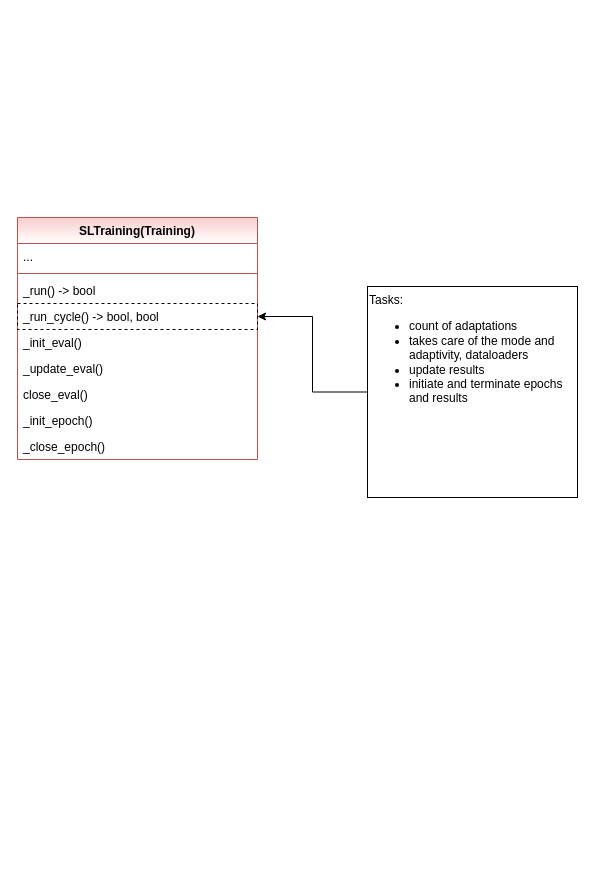
This is page "Training" (3 of 4) of doc/rtd/content/04_appendices/appendix2/sub/core/mlpro_sl/images/Supervised learning.drawio from fhswf/MLPro, a draw.io file, before an edit. Source tidied: cells renumbered, new cells numbered last; positions are measured from the earlier drawing's top-left corner, leaving out a move shared by most shapes. Both pictures are drawn from the tidied source at 100%, with x=0, y=0 at pixel (17, 217).
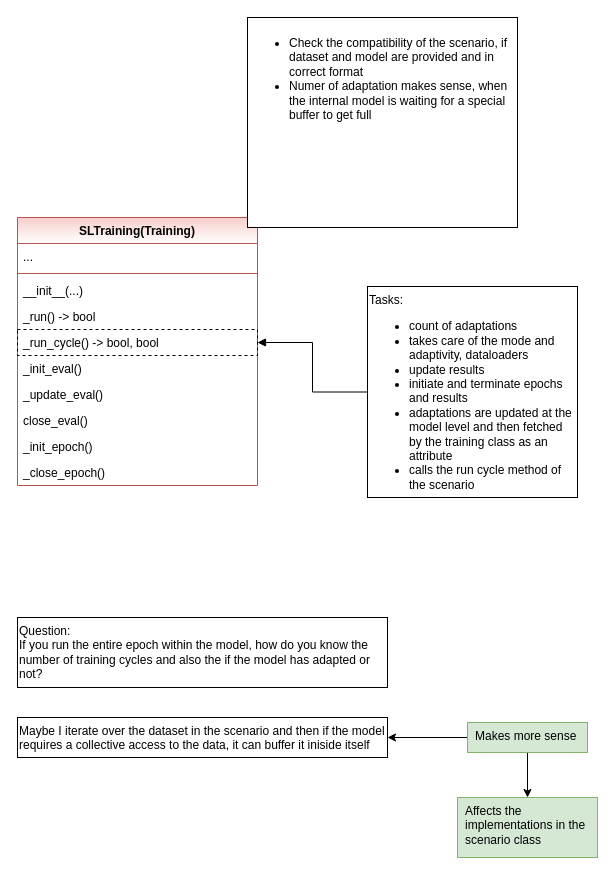
After the change.

The edit, as a diff of the source:
```diff
@@
     <mxCell id="2" value="SLTraining(Training)" style="swimlane;fontStyle=1;align=center;verticalAlign=top;horizontal=1;startSize=26;fillColor=#f8cecc;strokeColor=#b85450;gradientColor=#FFFFFF;" parent="1" vertex="1">
-      <mxGeometry width="240" height="242" as="geometry" />
+      <mxGeometry width="240" height="268" as="geometry" />
     </mxCell>
@@
+    <mxCell id="14" value="__init__(...)" style="text;strokeColor=none;fillColor=none;align=left;verticalAlign=top;spacingLeft=4;spacingRight=4;overflow=hidden;" parent="2" vertex="1">
+      <mxGeometry y="60" width="240" height="26" as="geometry" />
+    </mxCell>
     <mxCell id="5" value="_run() -&gt; bool" style="text;strokeColor=none;fillColor=none;align=left;verticalAlign=top;spacingLeft=4;spacingRight=4;overflow=hidden;" parent="2" vertex="1">
-      <mxGeometry y="60" width="240" height="26" as="geometry" />
+      <mxGeometry y="86" width="240" height="26" as="geometry" />
     </mxCell>
     <mxCell id="6" value="_run_cycle() -&gt; bool, bool " style="text;strokeColor=default;fillColor=none;align=left;verticalAlign=top;spacingLeft=4;spacingRight=4;overflow=hidden;points=[[0,0.5],[1,0.5]];portConstraint=eastwest;dashed=1;" parent="2" vertex="1">
-      <mxGeometry y="86" width="240" height="26" as="geometry" />
+      <mxGeometry y="112" width="240" height="26" as="geometry" />
     </mxCell>
     <mxCell id="7" value="_init_eval()" style="text;strokeColor=none;fillColor=none;align=left;verticalAlign=top;spacingLeft=4;spacingRight=4;overflow=hidden;" parent="2" vertex="1">
-      <mxGeometry y="112" width="240" height="26" as="geometry" />
+      <mxGeometry y="138" width="240" height="26" as="geometry" />
     </mxCell>
     <mxCell id="8" value="_update_eval()" style="text;strokeColor=none;fillColor=none;align=left;verticalAlign=top;spacingLeft=4;spacingRight=4;overflow=hidden;" parent="2" vertex="1">
-      <mxGeometry y="138" width="240" height="26" as="geometry" />
+      <mxGeometry y="164" width="240" height="26" as="geometry" />
     </mxCell>
     <mxCell id="9" value="close_eval()" style="text;strokeColor=none;fillColor=none;align=left;verticalAlign=top;spacingLeft=4;spacingRight=4;overflow=hidden;" parent="2" vertex="1">
-      <mxGeometry y="164" width="240" height="26" as="geometry" />
+      <mxGeometry y="190" width="240" height="26" as="geometry" />
     </mxCell>
     <mxCell id="10" value="_init_epoch()" style="text;strokeColor=none;fillColor=none;align=left;verticalAlign=top;spacingLeft=4;spacingRight=4;overflow=hidden;" parent="2" vertex="1">
-      <mxGeometry y="190" width="240" height="26" as="geometry" />
+      <mxGeometry y="216" width="240" height="26" as="geometry" />
     </mxCell>
     <mxCell id="11" value="_close_epoch()" style="text;strokeColor=none;fillColor=none;align=left;verticalAlign=top;spacingLeft=4;spacingRight=4;overflow=hidden;" parent="2" vertex="1">
-      <mxGeometry y="216" width="240" height="26" as="geometry" />
+      <mxGeometry y="242" width="240" height="26" as="geometry" />
     </mxCell>
-    <mxCell id="12" style="edgeStyle=orthogonalEdgeStyle;rounded=0;jettySize=auto;html=1;" parent="1" edge="1" source="13" target="6">
+    <mxCell id="12" style="edgeStyle=orthogonalEdgeStyle;rounded=0;jettySize=auto;html=1;endArrow=block;endFill=1;" parent="1" edge="1" source="13" target="6">
       <mxGeometry relative="1" as="geometry" />
     </mxCell>
-    <mxCell id="13" value="Tasks:&lt;br&gt;&lt;ul&gt;&lt;li&gt;count of adaptations&lt;/li&gt;&lt;li&gt;takes care of the mode and adaptivity, dataloaders&lt;/li&gt;&lt;li&gt;update results&lt;/li&gt;&lt;li&gt;initiate and terminate epochs and results&lt;/li&gt;&lt;/ul&gt;" style="rounded=0;whiteSpace=wrap;html=1;strokeColor=default;gradientColor=#FFFFFF;verticalAlign=top;align=left;" parent="1" vertex="1">
+    <mxCell id="13" value="Tasks:&lt;br&gt;&lt;ul&gt;&lt;li&gt;count of adaptations&lt;/li&gt;&lt;li&gt;takes care of the mode and adaptivity, dataloaders&lt;/li&gt;&lt;li&gt;update results&lt;/li&gt;&lt;li&gt;initiate and terminate epochs and results&lt;/li&gt;&lt;li&gt;adaptations are updated at the model level and then fetched by the training class as an attribute&lt;/li&gt;&lt;li&gt;calls the run cycle method of the scenario&lt;/li&gt;&lt;/ul&gt;" style="rounded=0;whiteSpace=wrap;html=1;strokeColor=default;gradientColor=#FFFFFF;verticalAlign=top;align=left;" parent="1" vertex="1">
       <mxGeometry x="350" y="69" width="210" height="211" as="geometry" />
     </mxCell>
+    <mxCell id="15" value="&lt;div style=&quot;&quot;&gt;&lt;span style=&quot;background-color: initial;&quot;&gt;Question:&lt;/span&gt;&lt;/div&gt;&lt;div style=&quot;&quot;&gt;&lt;span style=&quot;background-color: initial;&quot;&gt;If you run the entire epoch within the model, how do you know the number of training cycles and also the if the model has adapted or not?&lt;/span&gt;&lt;/div&gt;&lt;div style=&quot;&quot;&gt;&lt;span style=&quot;background-color: initial;&quot;&gt;&lt;br&gt;&lt;/span&gt;&lt;/div&gt;" style="rounded=0;whiteSpace=wrap;html=1;strokeColor=default;gradientColor=#FFFFFF;verticalAlign=top;align=left;" parent="1" vertex="1">
+      <mxGeometry y="400" width="370" height="70" as="geometry" />
+    </mxCell>
+    <mxCell id="16" value="&lt;div style=&quot;&quot;&gt;Maybe I iterate over the dataset in the scenario and then if the model requires a collective access to the data, it can buffer it iniside itself&lt;/div&gt;" style="rounded=0;whiteSpace=wrap;html=1;strokeColor=default;gradientColor=#FFFFFF;verticalAlign=top;align=left;" parent="1" vertex="1">
+      <mxGeometry y="500" width="370" height="40" as="geometry" />
+    </mxCell>
+    <mxCell id="17" style="edgeStyle=orthogonalEdgeStyle;rounded=0;jettySize=auto;html=1;" parent="1" edge="1" source="19" target="16">
+      <mxGeometry relative="1" as="geometry" />
+    </mxCell>
+    <mxCell id="18" style="edgeStyle=orthogonalEdgeStyle;rounded=0;jettySize=auto;html=1;" parent="1" edge="1" source="19" target="20">
+      <mxGeometry relative="1" as="geometry" />
+    </mxCell>
+    <mxCell id="19" value="&lt;div style=&quot;&quot;&gt;Makes more sense&lt;/div&gt;" style="rounded=0;whiteSpace=wrap;html=1;strokeColor=#82b366;verticalAlign=top;align=left;spacingLeft=6;fillColor=#d5e8d4;" parent="1" vertex="1">
+      <mxGeometry x="450" y="505" width="120" height="30" as="geometry" />
+    </mxCell>
+    <mxCell id="20" value="&lt;div style=&quot;&quot;&gt;Affects the implementations in the scenario class&lt;/div&gt;" style="rounded=0;whiteSpace=wrap;html=1;strokeColor=#82b366;verticalAlign=top;align=left;spacingLeft=6;fillColor=#d5e8d4;" parent="1" vertex="1">
+      <mxGeometry x="440" y="580" width="140" height="60" as="geometry" />
+    </mxCell>
+    <mxCell id="21" value="&lt;ul&gt;&lt;li&gt;Check the compatibility of the scenario, if dataset and model are provided and in correct format&lt;/li&gt;&lt;li&gt;Numer of adaptation makes sense, when the internal model is waiting for a special buffer to get full&lt;/li&gt;&lt;/ul&gt;" style="rounded=0;whiteSpace=wrap;html=1;strokeColor=default;fontColor=default;gradientColor=#FFFFFF;verticalAlign=top;align=left;" parent="1" vertex="1">
+      <mxGeometry x="230" y="-200" width="270" height="210" as="geometry" />
+    </mxCell>
```
